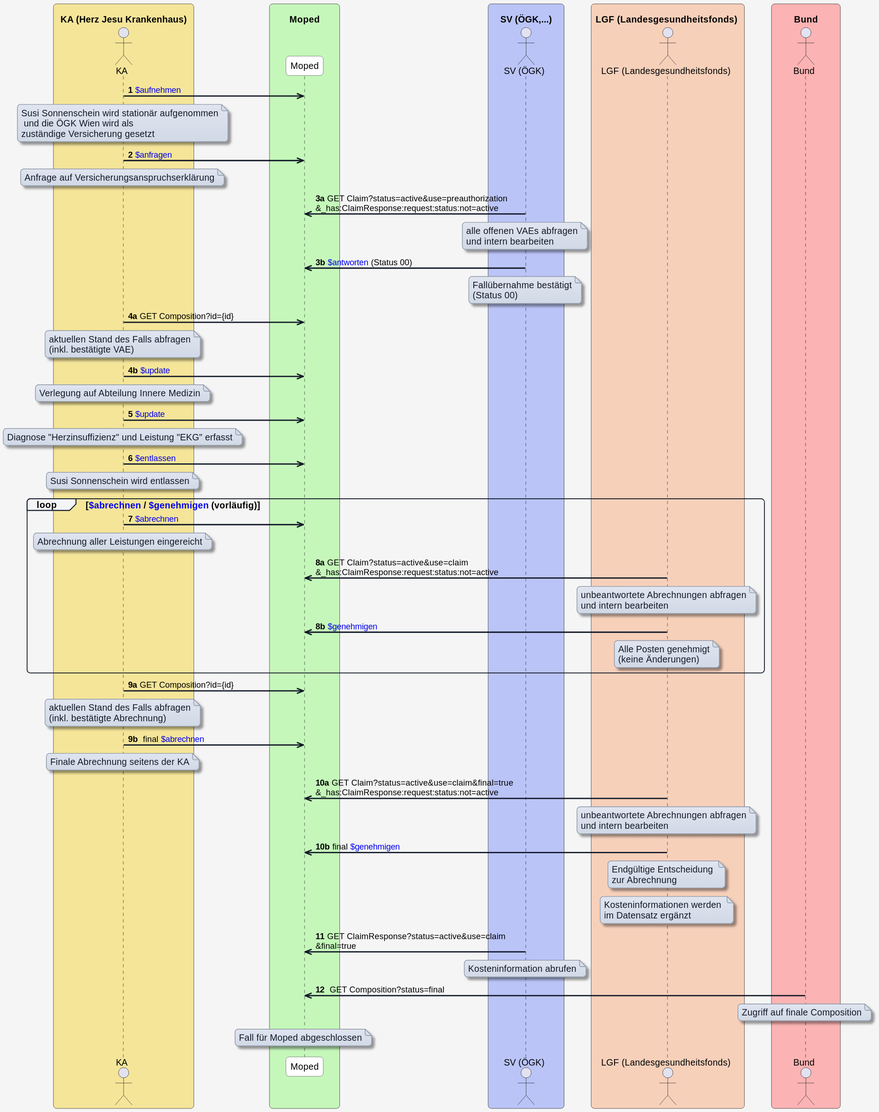
The PlantUML diagram input/images/plantuml/moped-fall-standardablauf/standardablauf-stationaer.svg in HL7Austria/ELGA-MOPED-R5, before a commit. Source of this version:
```plantuml
@startuml
skinparam borderColor #000000
skinparam backgroundColor #f5f5f5
skinparam shadowing false
skinparam roundCorner 10
skinparam defaultFontName "Arial"
skinparam defaultFontSize 14
skinparam defaultFontColor #000000

skinparam note {
  BackgroundColor #e0e5f0-#d1d9e6
  BorderColor #8b95a5
  BorderThickness 1
  RoundCorner 8
  Padding 6
  FontColor #111827
  Shadowing true
}

skinparam HyperlinkColor #0000EE
skinparam HyperlinkUnderline false

skinparam sequence {
  ParticipantBorderColor #555555
  ParticipantBackgroundColor #ffffff
  ParticipantFontColor #000000
  ParticipantFontSize 14
  ParticipantPadding 20
  ArrowColor #111827
  ArrowThickness 2
  ArrowFontColor #000000
  ArrowFontSize 13
  GroupBorderColor #111827
  GroupBackgroundColor #f3f4f6
  GroupBorderThickness 1
}

skinparam BoxPadding 20
skinparam BoxBorderColor #555555

box "\n  KA (Herz Jesu Krankenhaus)  " #f5e599
  actor KA as "KA"
end box

box "\n       Moped       " #c5f7ba
  participant MP as "Moped"
end box

box "\n    SV (ÖGK,...)    " #bac4f7
  actor SV as "SV (ÖGK)"
end box

box "\n LGF (Landesgesundheitsfonds)  " #f7d0ba
  actor LGF as "LGF (Landesgesundheitsfonds)"
end box

box "\n        Bund        " #fcb3b3
  actor Bund as "Bund"
end box

KA->> MP:<b>1</b> [[OperationDefinition-MOPED.Patient.Aufnehmen.html $aufnehmen]]
note over KA: Susi Sonnenschein wird stationär aufgenommen\n und die ÖGK Wien wird als \nzuständige Versicherung gesetzt

KA->>MP:<b>2</b> [[OperationDefinition-MOPED.VAERequest.Anfragen.html $anfragen]]
Note over KA: Anfrage auf Versicherungsanspruchserklärung

SV->>MP:<b>3a</b> GET Claim?status=active&use=preauthorization\n&_has:ClaimResponse:request:status:not=active
Note over SV: alle offenen VAEs abfragen\nund intern bearbeiten
SV->>MP:<b>3b</b> [[OperationDefinition-MOPED.Auf.Request.Antworten.html $antworten]] (Status 00)
Note over SV: Fallübernahme bestätigt\n(Status 00)

KA->>MP:<b>4a</b> GET Composition?id={id}
Note over KA: aktuellen Stand des Falls abfragen\n(inkl. bestätigte VAE)
KA->>MP:<b>4b</b> [[OperationDefinition-MOPED.Daten.Update.html $update]]
Note over KA: Verlegung auf Abteilung Innere Medizin

KA->>MP:<b>5</b> [[OperationDefinition-MOPED.Daten.Update.html $update]]
Note over KA: Diagnose "Herzinsuffizienz" und Leistung "EKG" erfasst

KA->>MP:<b>6</b> [[OperationDefinition-MOPED.Patient.Entlassen.html $entlassen]]
note over KA: Susi Sonnenschein wird entlassen

loop [[OperationDefinition-MOPED.Encounter.Abrechnen.html $abrechnen]] / [[OperationDefinition-MOPED.Abrechnung.Genehmigen.html $genehmigen]] (vorläufig)
    KA->>MP:<b>7</b> [[OperationDefinition-MOPED.Encounter.Abrechnen.html $abrechnen]]
    Note over KA: Abrechnung aller Leistungen eingereicht
    LGF->>MP:<b>8a</b> GET Claim?status=active&use=claim\n&_has:ClaimResponse:request:status:not=active
    Note over LGF: unbeantwortete Abrechnungen abfragen\nund intern bearbeiten
    LGF->>MP:<b>8b</b> [[OperationDefinition-MOPED.Abrechnung.Genehmigen.html $genehmigen]]
    Note over LGF: Alle Posten genehmigt\n(keine Änderungen)
end
KA->>MP:<b>9a</b> GET Composition?id={id}
Note over KA: aktuellen Stand des Falls abfragen\n(inkl. bestätigte Abrechnung)
KA->>MP:<b>9b</b>  final [[OperationDefinition-MOPED.Encounter.Abrechnen.html $abrechnen]]
Note over KA: Finale Abrechnung seitens der KA
LGF->>MP:<b>10a</b> GET Claim?status=active&use=claim&final=true\n&_has:ClaimResponse:request:status:not=active
Note over LGF: unbeantwortete Abrechnungen abfragen\nund intern bearbeiten
LGF->>MP:<b>10b</b> final [[OperationDefinition-MOPED.Abrechnung.Genehmigen.html $genehmigen]]
Note over LGF: Endgültige Entscheidung \nzur Abrechnung
Note over LGF: Kosteninformationen werden \nim Datensatz ergänzt
SV->>MP:<b>11</b> GET ClaimResponse?status=active&use=claim\n&final=true
Note over SV: Kosteninformation abrufen
Bund->>MP:<b>12</b>  GET Composition?status=final
Note over Bund: Zugriff auf finale Composition


Note over MP: Fall für Moped abgeschlossen
@enduml
```
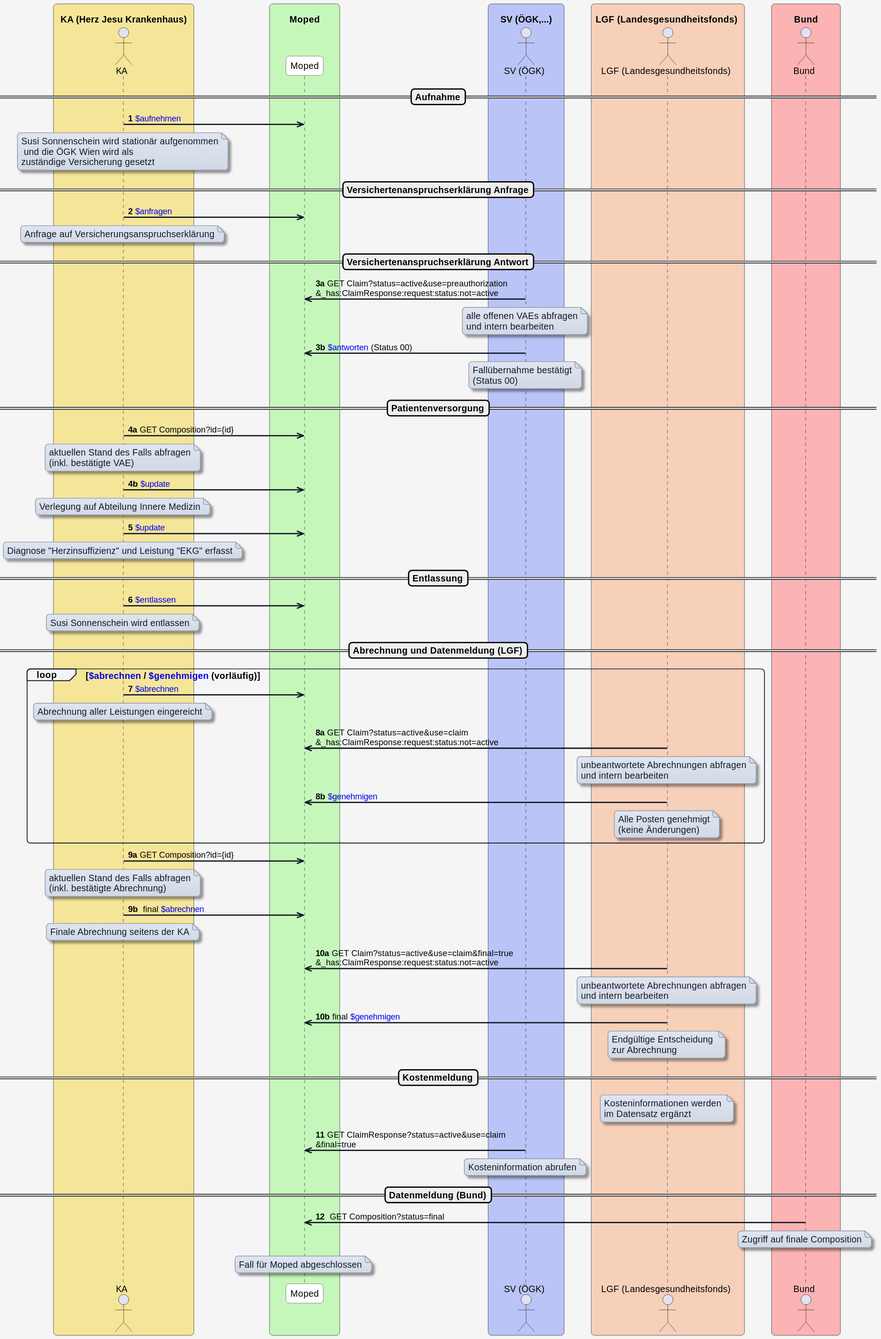
The same diagram one commit later.

Commit message:
Separators in Standardablauf Plantuml diagramme einfügen

Change to the diagram source:
```diff
@@ -58,28 +58,33 @@
   actor Bund as "Bund"
 end box
 
+==Aufnahme==
 KA->> MP:<b>1</b> [[OperationDefinition-MOPED.Patient.Aufnehmen.html $aufnehmen]]
 note over KA: Susi Sonnenschein wird stationär aufgenommen\n und die ÖGK Wien wird als \nzuständige Versicherung gesetzt
 
+==Versichertenanspruchserklärung Anfrage==
 KA->>MP:<b>2</b> [[OperationDefinition-MOPED.VAERequest.Anfragen.html $anfragen]]
 Note over KA: Anfrage auf Versicherungsanspruchserklärung
 
+==Versichertenanspruchserklärung Antwort==
 SV->>MP:<b>3a</b> GET Claim?status=active&use=preauthorization\n&_has:ClaimResponse:request:status:not=active
 Note over SV: alle offenen VAEs abfragen\nund intern bearbeiten
 SV->>MP:<b>3b</b> [[OperationDefinition-MOPED.Auf.Request.Antworten.html $antworten]] (Status 00)
 Note over SV: Fallübernahme bestätigt\n(Status 00)
 
+==Patientenversorgung==
 KA->>MP:<b>4a</b> GET Composition?id={id}
 Note over KA: aktuellen Stand des Falls abfragen\n(inkl. bestätigte VAE)
 KA->>MP:<b>4b</b> [[OperationDefinition-MOPED.Daten.Update.html $update]]
 Note over KA: Verlegung auf Abteilung Innere Medizin
-
 KA->>MP:<b>5</b> [[OperationDefinition-MOPED.Daten.Update.html $update]]
 Note over KA: Diagnose "Herzinsuffizienz" und Leistung "EKG" erfasst
 
+==Entlassung==
 KA->>MP:<b>6</b> [[OperationDefinition-MOPED.Patient.Entlassen.html $entlassen]]
 note over KA: Susi Sonnenschein wird entlassen
 
+==Abrechnung und Datenmeldung (LGF)==
 loop [[OperationDefinition-MOPED.Encounter.Abrechnen.html $abrechnen]] / [[OperationDefinition-MOPED.Abrechnung.Genehmigen.html $genehmigen]] (vorläufig)
     KA->>MP:<b>7</b> [[OperationDefinition-MOPED.Encounter.Abrechnen.html $abrechnen]]
     Note over KA: Abrechnung aller Leistungen eingereicht
@@ -96,9 +101,12 @@
 Note over LGF: unbeantwortete Abrechnungen abfragen\nund intern bearbeiten
 LGF->>MP:<b>10b</b> final [[OperationDefinition-MOPED.Abrechnung.Genehmigen.html $genehmigen]]
 Note over LGF: Endgültige Entscheidung \nzur Abrechnung
+==Kostenmeldung==
 Note over LGF: Kosteninformationen werden \nim Datensatz ergänzt
 SV->>MP:<b>11</b> GET ClaimResponse?status=active&use=claim\n&final=true
 Note over SV: Kosteninformation abrufen
+
+==Datenmeldung (Bund)==
 Bund->>MP:<b>12</b>  GET Composition?status=final
 Note over Bund: Zugriff auf finale Composition
 
```
